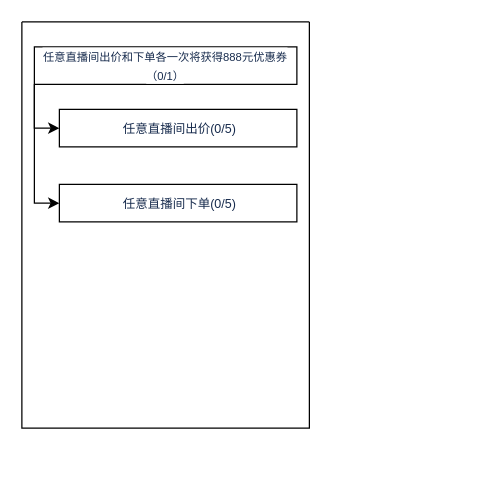
LuiBu/my-pictures keeps this draw.io diagram as task1.drawio. Above is the earlier version. Source tidied: cells renumbered, new cells numbered last; positions are measured from the earlier drawing's top-left corner, leaving out a move shared by most shapes. Both pictures are drawn from the tidied source at 125%, with x=0, y=0 at pixel (21, 21).
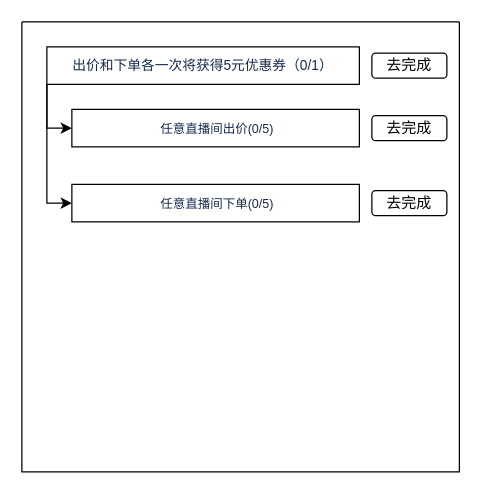
The same diagram, later.

The edit, as a diff of the source:
```diff
@@
 <mxGraphModel>
   <root>
     <mxCell id="0" />
     <mxCell id="1" parent="0" />
-    <mxCell id="2" style="swimlane;startSize=0;" parent="1" vertex="1">
-      <mxGeometry width="230" height="325" as="geometry" />
+    <mxCell id="2" style="swimlane;startSize=0;swimlaneFillColor=none;" parent="1" vertex="1">
+      <mxGeometry width="350" height="360" as="geometry" />
     </mxCell>
     <mxCell id="3" style="edgeStyle=orthogonalEdgeStyle;rounded=0;jettySize=auto;html=1;exitX=0;exitY=1;exitDx=0;exitDy=0;entryX=0;entryY=0.5;entryDx=0;entryDy=0;strokeColor=#000000;" parent="2" edge="1" source="5" target="6">
       <mxGeometry relative="1" as="geometry" />
     </mxCell>
     <mxCell id="4" style="edgeStyle=orthogonalEdgeStyle;rounded=0;jettySize=auto;html=1;exitX=0;exitY=1;exitDx=0;exitDy=0;entryX=0;entryY=0.5;entryDx=0;entryDy=0;strokeColor=#000000;" parent="2" edge="1" source="5" target="7">
       <mxGeometry relative="1" as="geometry" />
     </mxCell>
-    <mxCell id="5" value="&lt;span style=&quot;color: rgb(23 , 43 , 77) ; text-align: left ; background-color: rgb(255 , 255 , 255)&quot;&gt;&lt;font style=&quot;font-size: 9px&quot;&gt;任意直播间出价和下单各一次将获得888元优惠券（0/1）&lt;/font&gt;&lt;/span&gt;" style="rounded=0;whiteSpace=wrap;html=1;" parent="2" vertex="1">
-      <mxGeometry x="10" y="20" width="210" height="30" as="geometry" />
+    <mxCell id="5" value="&lt;span style=&quot;color: rgb(23 , 43 , 77) ; text-align: left ; background-color: rgb(255 , 255 , 255)&quot;&gt;&lt;font style=&quot;font-size: 11px&quot;&gt;出价和下单各一次将获得5元优惠券（0/1）&lt;/font&gt;&lt;/span&gt;" style="rounded=0;whiteSpace=wrap;html=1;" parent="2" vertex="1">
+      <mxGeometry x="20" y="20" width="250" height="30" as="geometry" />
     </mxCell>
     <mxCell id="6" value="&lt;div style=&quot;text-align: left&quot;&gt;&lt;font color=&quot;#172b4d&quot; size=&quot;1&quot;&gt;&lt;span style=&quot;background-color: rgb(255 , 255 , 255)&quot;&gt;&amp;nbsp;任意直播间出价(0/5)&lt;/span&gt;&lt;/font&gt;&lt;/div&gt;" style="rounded=0;whiteSpace=wrap;html=1;" parent="2" vertex="1">
-      <mxGeometry x="30" y="70" width="190" height="30" as="geometry" />
+      <mxGeometry x="40" y="70" width="230" height="30" as="geometry" />
     </mxCell>
     <mxCell id="7" value="&lt;div style=&quot;text-align: left&quot;&gt;&lt;font color=&quot;#172b4d&quot; size=&quot;1&quot;&gt;&lt;span style=&quot;background-color: rgb(255 , 255 , 255)&quot;&gt;&amp;nbsp;任意直播间下单(0/5)&lt;/span&gt;&lt;/font&gt;&lt;/div&gt;" style="rounded=0;whiteSpace=wrap;html=1;" parent="2" vertex="1">
-      <mxGeometry x="30" y="130" width="190" height="30" as="geometry" />
+      <mxGeometry x="40" y="130" width="230" height="30" as="geometry" />
     </mxCell>
+    <mxCell id="8" value="去完成" style="rounded=1;whiteSpace=wrap;html=1;" parent="2" vertex="1">
+      <mxGeometry x="280" y="25" width="60" height="20" as="geometry" />
+    </mxCell>
+    <mxCell id="9" value="去完成" style="rounded=1;whiteSpace=wrap;html=1;" parent="2" vertex="1">
+      <mxGeometry x="280" y="75" width="60" height="20" as="geometry" />
+    </mxCell>
+    <mxCell id="10" value="去完成" style="rounded=1;whiteSpace=wrap;html=1;" parent="2" vertex="1">
+      <mxGeometry x="280" y="135" width="60" height="20" as="geometry" />
+    </mxCell>
   </root>
 </mxGraphModel>
```
